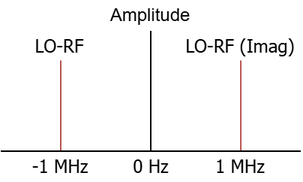
This is 04 Prototype udvikling/Front end/Diagram/Diagram_Downmixer_ZeroIF_After.png from Scramtv/ESD_P5, a draw.io export, as it was before one commit. Source tidied: cells renumbered, new cells last; positions are measured from the earlier drawing's top-left corner, leaving out a move shared by most shapes. The source it was exported from:
```xml
<mxGraphModel>
  <root>
    <mxCell id="0" />
    <mxCell id="1" parent="0" />
    <mxCell id="2" style="endArrow=none;html=1;rounded=0;" parent="1" edge="1">
      <mxGeometry relative="1" as="geometry">
        <mxPoint x="100" y="100" as="sourcePoint" />
        <mxPoint x="100" y="20" as="targetPoint" />
      </mxGeometry>
    </mxCell>
    <mxCell id="3" value="0 Hz" style="text;html=1;whiteSpace=wrap;strokeColor=none;fillColor=none;align=center;verticalAlign=middle;rounded=0;fontFamily=Tahoma;" parent="1" vertex="1">
      <mxGeometry x="81" y="100" width="38.9" height="20" as="geometry" />
    </mxCell>
    <mxCell id="4" style="endArrow=none;html=1;rounded=0;fontColor=#000000;fillColor=#f8cecc;strokeColor=#b85450;" parent="1" edge="1">
      <mxGeometry relative="1" as="geometry">
        <mxPoint x="40" y="100" as="sourcePoint" />
        <mxPoint x="40" y="39.7" as="targetPoint" />
      </mxGeometry>
    </mxCell>
    <mxCell id="5" value="-1 MHz" style="text;html=1;whiteSpace=wrap;strokeColor=none;fillColor=none;align=center;verticalAlign=middle;rounded=0;fontFamily=Tahoma;" parent="1" vertex="1">
      <mxGeometry x="6" y="100" width="67.8" height="20" as="geometry" />
    </mxCell>
    <mxCell id="6" value="LO-&lt;span style=&quot;color: rgba(0, 0, 0, 0); font-family: monospace; font-size: 0px; text-align: start; text-wrap-mode: nowrap;&quot;&gt;%3CmxGraphModel%3E%3Croot%3E%3CmxCell%20id%3D%220%22%2F%3E%3CmxCell%20id%3D%221%22%20parent%3D%220%22%2F%3E%3CmxCell%20id%3D%222%22%20value%3D%22RF%22%20style%3D%22text%3Bhtml%3D1%3BwhiteSpace%3Dwrap%3BstrokeColor%3Dnone%3BfillColor%3Dnone%3Balign%3Dcenter%3BverticalAlign%3Dmiddle%3Brounded%3D0%3BfontFamily%3DTahoma%3B%22%20vertex%3D%221%22%20parent%3D%221%22%3E%3CmxGeometry%20x%3D%221420.6299999999999%22%20y%3D%22100.00000000000006%22%20width%3D%2238.92%22%20height%3D%2220%22%20as%3D%22geometry%22%2F%3E%3C%2FmxCell%3E%3C%2Froot%3E%3C%2FmxGraphModel%3E&lt;/span&gt;RF" style="text;html=1;whiteSpace=wrap;strokeColor=none;fillColor=none;align=center;verticalAlign=middle;rounded=0;fontFamily=Tahoma;" parent="1" vertex="1">
      <mxGeometry x="20.5" y="20.4" width="38.9" height="20" as="geometry" />
    </mxCell>
    <mxCell id="7" value="LO-&lt;span style=&quot;color: rgba(0, 0, 0, 0); font-family: monospace; font-size: 0px; text-align: start; text-wrap-mode: nowrap;&quot;&gt;%3 ()CmxGraphModel%3E%3Croot%3E%3CmxCell%20id%3D%220%22%2F%3E%3CmxCell%20id%3D%221%22%20parent%3D%220%22%2F%3E%3CmxCell%20id%3D%222%22%20value%3D%22RF%22%20style%3D%22text%3Bhtml%3D1%3BwhiteSpace%3Dwrap%3BstrokeColor%3Dnone%3BfillColor%3Dnone%3Balign%3Dcenter%3BverticalAlign%3Dmiddle%3Brounded%3D0%3BfontFamily%3DTahoma%3B%22%20vertex%3D%221%22%20parent%3D%221%22%3E%3CmxGeometry%20x%3D%221420.6299999999999%22%20y%3D%22100.00000000000006%22%20width%3D%2238.92%22%20height%3D%2220%22%20as%3D%22geometry%22%2F%3E%3C%2FmxCell%3E%3C%2Froot%3E%3C%2FmxGraphModel%3E&lt;/span&gt;RF (Imag)" style="text;html=1;whiteSpace=wrap;strokeColor=none;fillColor=none;align=center;verticalAlign=middle;rounded=0;fontFamily=Tahoma;" parent="1" vertex="1">
      <mxGeometry x="122.3" y="20.4" width="75.5" height="20" as="geometry" />
    </mxCell>
    <mxCell id="8" style="endArrow=none;html=1;rounded=0;fontColor=#000000;fillColor=#f8cecc;strokeColor=#b85450;" parent="1" edge="1">
      <mxGeometry relative="1" as="geometry">
        <mxPoint x="160" y="100" as="sourcePoint" />
        <mxPoint x="160" y="39.7" as="targetPoint" />
      </mxGeometry>
    </mxCell>
    <mxCell id="9" value="1 MHz" style="text;html=1;whiteSpace=wrap;strokeColor=none;fillColor=none;align=center;verticalAlign=middle;rounded=0;fontFamily=Tahoma;" parent="1" vertex="1">
      <mxGeometry x="135.1" y="100" width="50" height="20" as="geometry" />
    </mxCell>
    <mxCell id="10" style="endArrow=none;html=1;rounded=0;" parent="1" edge="1">
      <mxGeometry relative="1" as="geometry">
        <mxPoint y="100" as="sourcePoint" />
        <mxPoint x="200" y="100" as="targetPoint" />
      </mxGeometry>
    </mxCell>
    <mxCell id="11" value="Amplitude" style="text;html=1;whiteSpace=wrap;strokeColor=none;fillColor=none;align=center;verticalAlign=middle;rounded=0;" parent="1" vertex="1">
      <mxGeometry x="70.1" width="60" height="20.4" as="geometry" />
    </mxCell>
  </root>
</mxGraphModel>
```
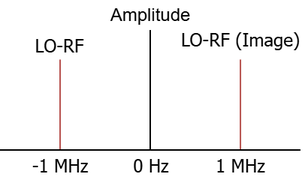
The same diagram one commit later.

Commit message:
Ændringer af figure til rf front figuren

The edit, as a diff of the source:
```diff
@@ -23,8 +23,8 @@
     <mxCell id="6" value="LO-&lt;span style=&quot;color: rgba(0, 0, 0, 0); font-family: monospace; font-size: 0px; text-align: start; text-wrap-mode: nowrap;&quot;&gt;%3CmxGraphModel%3E%3Croot%3E%3CmxCell%20id%3D%220%22%2F%3E%3CmxCell%20id%3D%221%22%20parent%3D%220%22%2F%3E%3CmxCell%20id%3D%222%22%20value%3D%22RF%22%20style%3D%22text%3Bhtml%3D1%3BwhiteSpace%3Dwrap%3BstrokeColor%3Dnone%3BfillColor%3Dnone%3Balign%3Dcenter%3BverticalAlign%3Dmiddle%3Brounded%3D0%3BfontFamily%3DTahoma%3B%22%20vertex%3D%221%22%20parent%3D%221%22%3E%3CmxGeometry%20x%3D%221420.6299999999999%22%20y%3D%22100.00000000000006%22%20width%3D%2238.92%22%20height%3D%2220%22%20as%3D%22geometry%22%2F%3E%3C%2FmxCell%3E%3C%2Froot%3E%3C%2FmxGraphModel%3E&lt;/span&gt;RF" style="text;html=1;whiteSpace=wrap;strokeColor=none;fillColor=none;align=center;verticalAlign=middle;rounded=0;fontFamily=Tahoma;" parent="1" vertex="1">
       <mxGeometry x="20.5" y="20.4" width="38.9" height="20" as="geometry" />
     </mxCell>
-    <mxCell id="7" value="LO-&lt;span style=&quot;color: rgba(0, 0, 0, 0); font-family: monospace; font-size: 0px; text-align: start; text-wrap-mode: nowrap;&quot;&gt;%3 ()CmxGraphModel%3E%3Croot%3E%3CmxCell%20id%3D%220%22%2F%3E%3CmxCell%20id%3D%221%22%20parent%3D%220%22%2F%3E%3CmxCell%20id%3D%222%22%20value%3D%22RF%22%20style%3D%22text%3Bhtml%3D1%3BwhiteSpace%3Dwrap%3BstrokeColor%3Dnone%3BfillColor%3Dnone%3Balign%3Dcenter%3BverticalAlign%3Dmiddle%3Brounded%3D0%3BfontFamily%3DTahoma%3B%22%20vertex%3D%221%22%20parent%3D%221%22%3E%3CmxGeometry%20x%3D%221420.6299999999999%22%20y%3D%22100.00000000000006%22%20width%3D%2238.92%22%20height%3D%2220%22%20as%3D%22geometry%22%2F%3E%3C%2FmxCell%3E%3C%2Froot%3E%3C%2FmxGraphModel%3E&lt;/span&gt;RF (Imag)" style="text;html=1;whiteSpace=wrap;strokeColor=none;fillColor=none;align=center;verticalAlign=middle;rounded=0;fontFamily=Tahoma;" parent="1" vertex="1">
-      <mxGeometry x="122.3" y="20.4" width="75.5" height="20" as="geometry" />
+    <mxCell id="7" value="LO-&lt;span style=&quot;color: rgba(0, 0, 0, 0); font-family: monospace; font-size: 0px; text-align: start; text-wrap-mode: nowrap;&quot;&gt;%3 ()CmxGraphModel%3E%3Croot%3E%3CmxCell%20id%3D%220%22%2F%3E%3CmxCell%20id%3D%221%22%20parent%3D%220%22%2F%3E%3CmxCell%20id%3D%222%22%20value%3D%22RF%22%20style%3D%22text%3Bhtml%3D1%3BwhiteSpace%3Dwrap%3BstrokeColor%3Dnone%3BfillColor%3Dnone%3Balign%3Dcenter%3BverticalAlign%3Dmiddle%3Brounded%3D0%3BfontFamily%3DTahoma%3B%22%20vertex%3D%221%22%20parent%3D%221%22%3E%3CmxGeometry%20x%3D%221420.6299999999999%22%20y%3D%22100.00000000000006%22%20width%3D%2238.92%22%20height%3D%2220%22%20as%3D%22geometry%22%2F%3E%3C%2FmxCell%3E%3C%2Froot%3E%3C%2FmxGraphModel%3E&lt;/span&gt;RF (Image)" style="text;html=1;whiteSpace=wrap;strokeColor=none;fillColor=none;align=center;verticalAlign=middle;rounded=0;fontFamily=Tahoma;" parent="1" vertex="1">
+      <mxGeometry x="116.2" y="16" width="87.7" height="20" as="geometry" />
     </mxCell>
     <mxCell id="8" style="endArrow=none;html=1;rounded=0;fontColor=#000000;fillColor=#f8cecc;strokeColor=#b85450;" parent="1" edge="1">
       <mxGeometry relative="1" as="geometry">
```
